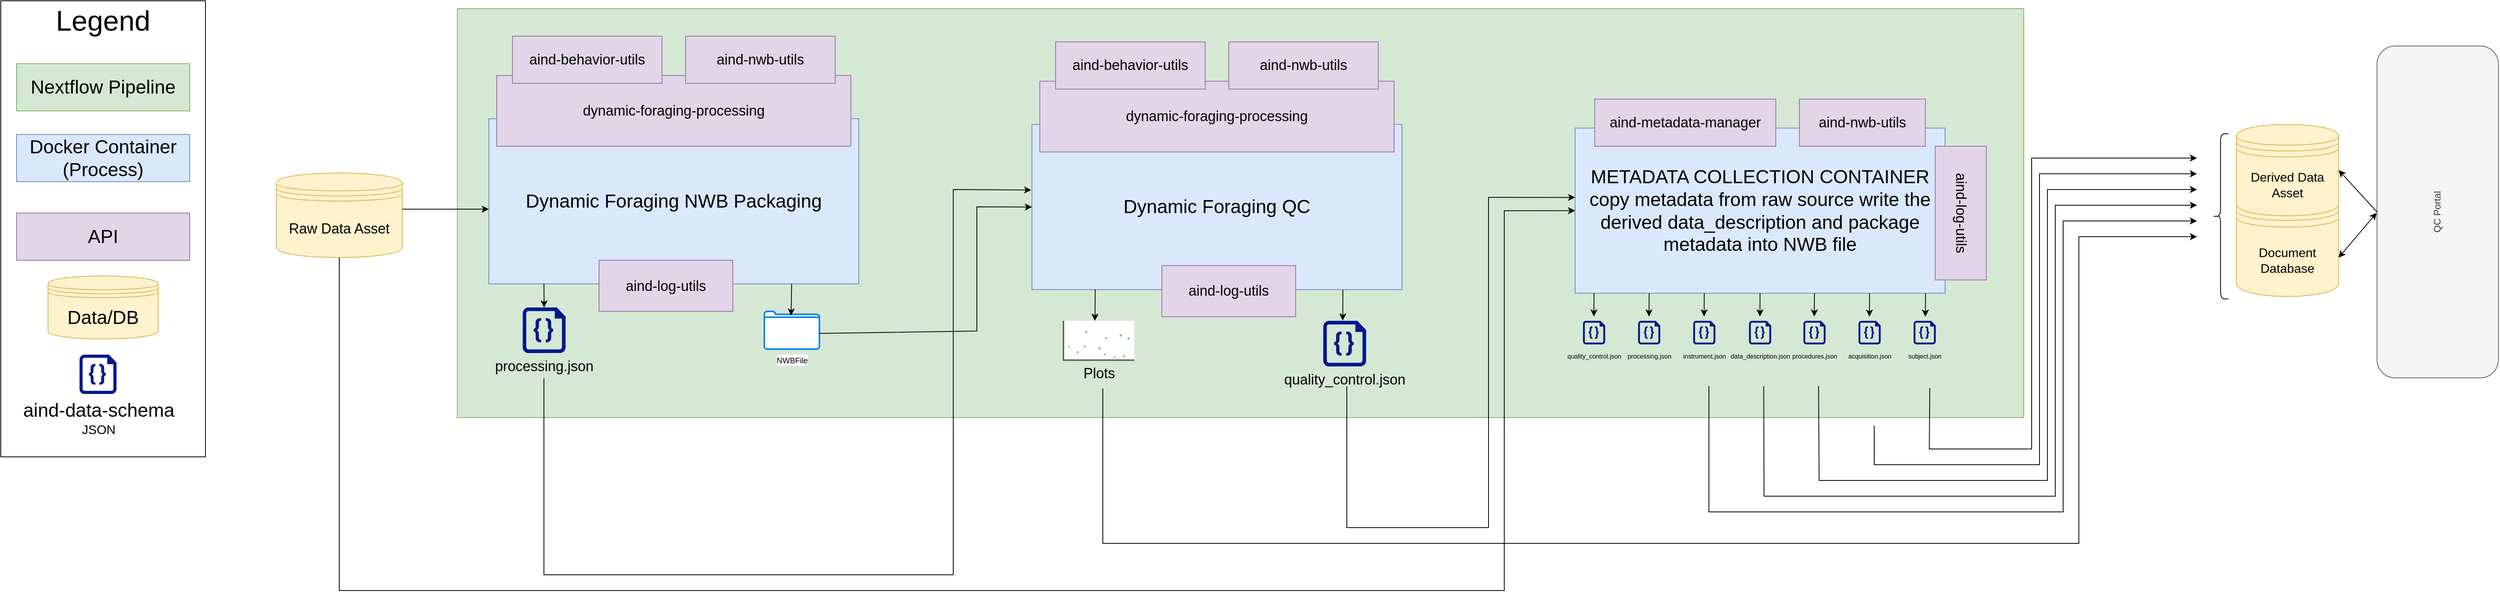
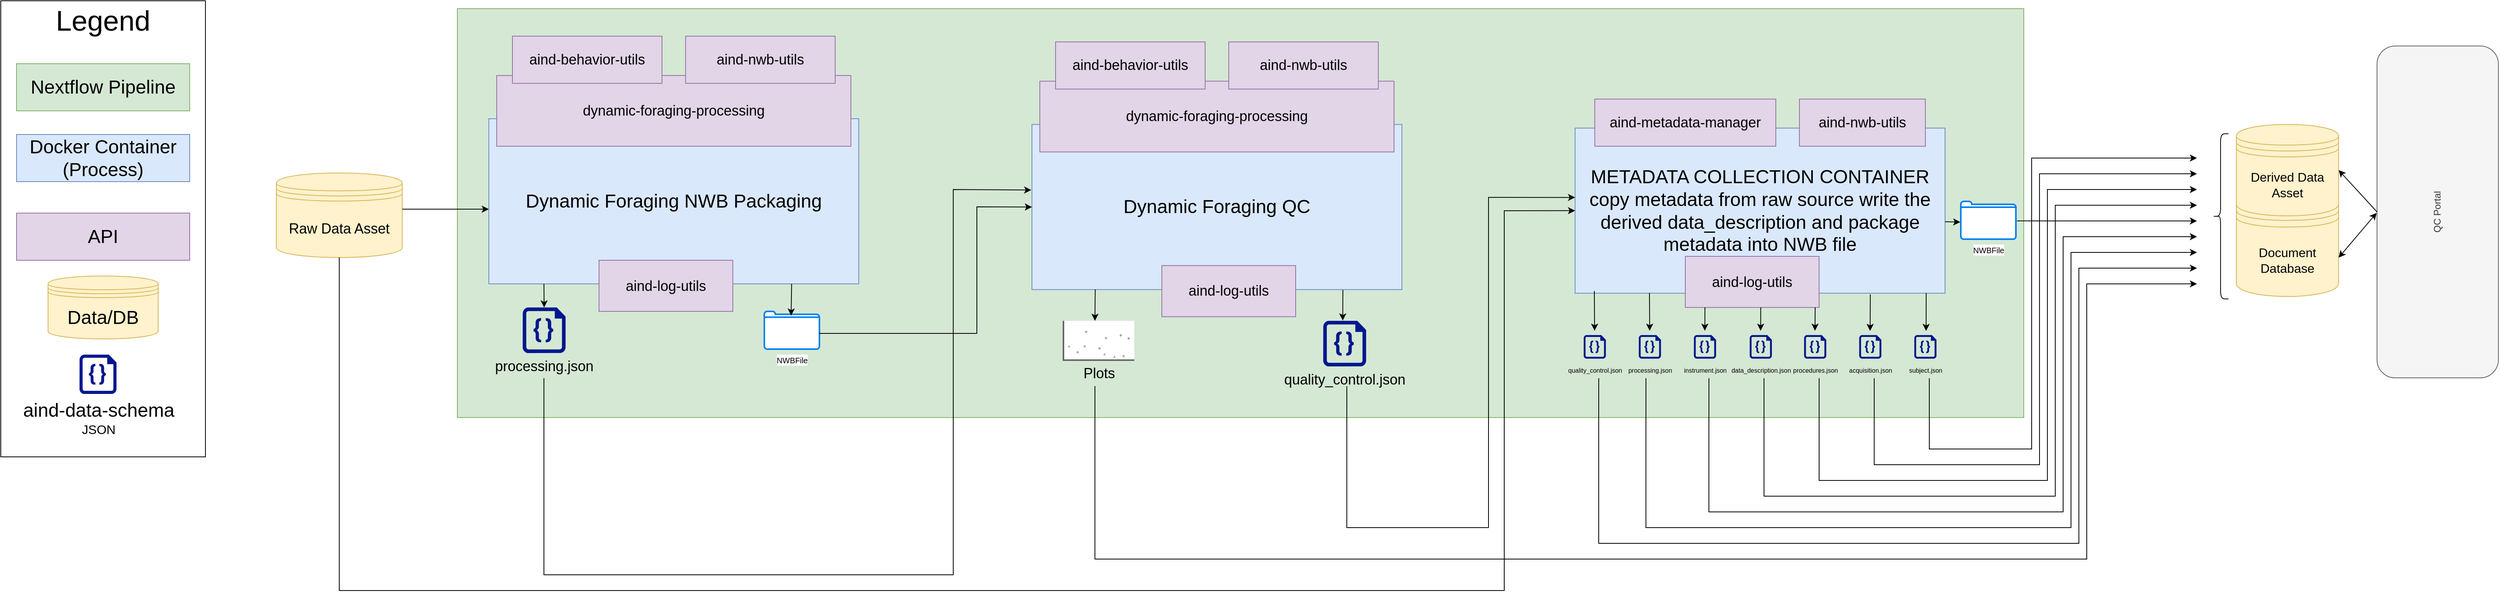
<mxfile host="Electron" agent="Mozilla/5.0 (Windows NT 10.0; Win64; x64) AppleWebKit/537.36 (KHTML, like Gecko) draw.io/29.2.9 Chrome/140.0.7339.249 Electron/38.7.2 Safari/537.36" version="29.2.9">
  <diagram name="Page-1" id="vGwxghS2Jf0l3ObwOOUD">
-     <mxGraphModel dx="579" dy="1084" grid="1" gridSize="10" guides="1" tooltips="1" connect="1" arrows="1" fold="1" page="1" pageScale="1" pageWidth="850" pageHeight="1100" math="0" shadow="0">
+     <mxGraphModel dx="3078" dy="1647" grid="1" gridSize="10" guides="1" tooltips="1" connect="1" arrows="1" fold="1" page="1" pageScale="1" pageWidth="850" pageHeight="1100" math="0" shadow="0">
      <root>
        <mxCell id="0" />
        <mxCell id="1" parent="0" />
        <mxCell id="ucD0ku87yjtAbwI87e6s-2" parent="1" style="rounded=0;whiteSpace=wrap;html=1;fillColor=#d5e8d4;strokeColor=#82b366;" value="" vertex="1">
          <mxGeometry height="520" width="1990" x="1430" y="360" as="geometry" />
        </mxCell>
        <mxCell id="ucD0ku87yjtAbwI87e6s-4" parent="1" style="shape=datastore;whiteSpace=wrap;html=1;fillColor=#fff2cc;strokeColor=#d6b656;" value="&lt;font style=&quot;font-size: 18px;&quot;&gt;Raw Data Asset&lt;/font&gt;" vertex="1">
          <mxGeometry height="107.5" width="160" x="1200" y="568.97" as="geometry" />
        </mxCell>
        <mxCell id="ucD0ku87yjtAbwI87e6s-8" parent="1" style="rounded=0;whiteSpace=wrap;html=1;fillColor=#dae8fc;strokeColor=#6c8ebf;" value="&lt;span style=&quot;font-size: 24px;&quot;&gt;METADATA COLLECTION CONTAINER&lt;/span&gt;&lt;br&gt;&lt;div&gt;&lt;font style=&quot;font-size: 24px;&quot;&gt;copy metadata from raw source write the derived data_description and package metadata into NWB file&lt;/font&gt;&lt;/div&gt;" vertex="1">
          <mxGeometry height="210" width="470" x="2850" y="511.88" as="geometry" />
        </mxCell>
        <mxCell id="ucD0ku87yjtAbwI87e6s-9" parent="1" style="rounded=0;whiteSpace=wrap;html=1;fillColor=#e1d5e7;strokeColor=#9673a6;" value="&lt;font style=&quot;font-size: 18px;&quot;&gt;aind-metadata-manager&lt;/font&gt;" vertex="1">
          <mxGeometry height="60" width="230" x="2875" y="475" as="geometry" />
        </mxCell>
-         <mxCell id="ucD0ku87yjtAbwI87e6s-10" parent="1" style="rounded=0;whiteSpace=wrap;html=1;rotation=90;fillColor=#e1d5e7;strokeColor=#9673a6;" value="&lt;font style=&quot;font-size: 18px;&quot;&gt;aind-log-utils&lt;/font&gt;" vertex="1">
-           <mxGeometry height="65" width="170" x="3255" y="587.5" as="geometry" />
+         <mxCell id="ucD0ku87yjtAbwI87e6s-10" parent="1" style="rounded=0;whiteSpace=wrap;html=1;rotation=0;fillColor=#e1d5e7;strokeColor=#9673a6;" value="&lt;font style=&quot;font-size: 18px;&quot;&gt;aind-log-utils&lt;/font&gt;" vertex="1">
+           <mxGeometry height="65" width="170" x="2990" y="675" as="geometry" />
        </mxCell>
        <mxCell id="ucD0ku87yjtAbwI87e6s-11" parent="1" style="rounded=0;whiteSpace=wrap;html=1;fillColor=#e1d5e7;strokeColor=#9673a6;" value="&lt;font style=&quot;font-size: 18px;&quot;&gt;aind-nwb-utils&lt;/font&gt;" vertex="1">
          <mxGeometry height="60" width="160" x="3135" y="475" as="geometry" />
        </mxCell>
        <mxCell id="ucD0ku87yjtAbwI87e6s-12" connectable="0" parent="1" style="group;fillColor=#fff2cc;strokeColor=#d6b656;" value="" vertex="1">
          <mxGeometry height="580" width="260" x="850" y="350" as="geometry" />
        </mxCell>
        <mxCell id="ucD0ku87yjtAbwI87e6s-13" parent="ucD0ku87yjtAbwI87e6s-12" style="rounded=0;whiteSpace=wrap;html=1;" value="" vertex="1">
          <mxGeometry height="580" width="260" as="geometry" />
        </mxCell>
        <mxCell id="ucD0ku87yjtAbwI87e6s-14" parent="ucD0ku87yjtAbwI87e6s-12" style="text;html=1;whiteSpace=wrap;strokeColor=none;fillColor=none;align=center;verticalAlign=middle;rounded=0;" value="&lt;font style=&quot;font-size: 36px;&quot;&gt;Legend&lt;/font&gt;" vertex="1">
          <mxGeometry height="30" width="60" x="100" y="10" as="geometry" />
        </mxCell>
        <mxCell id="ucD0ku87yjtAbwI87e6s-15" parent="ucD0ku87yjtAbwI87e6s-12" style="rounded=0;whiteSpace=wrap;html=1;fillColor=#d5e8d4;strokeColor=#82b366;" value="&lt;font style=&quot;font-size: 24px;&quot;&gt;Nextflow Pipeline&lt;/font&gt;" vertex="1">
          <mxGeometry height="60" width="220" x="20" y="80" as="geometry" />
        </mxCell>
        <mxCell id="ucD0ku87yjtAbwI87e6s-16" parent="ucD0ku87yjtAbwI87e6s-12" style="rounded=0;whiteSpace=wrap;html=1;fillColor=#dae8fc;strokeColor=#6c8ebf;" value="&lt;font style=&quot;font-size: 24px;&quot;&gt;Docker Container (Process)&lt;/font&gt;" vertex="1">
          <mxGeometry height="60" width="220" x="20" y="170" as="geometry" />
        </mxCell>
        <mxCell id="ucD0ku87yjtAbwI87e6s-17" parent="ucD0ku87yjtAbwI87e6s-12" style="rounded=0;whiteSpace=wrap;html=1;fillColor=#e1d5e7;strokeColor=#9673a6;" value="&lt;font style=&quot;font-size: 24px;&quot;&gt;API&lt;/font&gt;" vertex="1">
          <mxGeometry height="60" width="220" x="20" y="270" as="geometry" />
        </mxCell>
        <mxCell id="ucD0ku87yjtAbwI87e6s-18" parent="ucD0ku87yjtAbwI87e6s-12" style="shape=datastore;whiteSpace=wrap;html=1;fillColor=#fff2cc;strokeColor=#d6b656;" value="&lt;font style=&quot;font-size: 24px;&quot;&gt;Data/DB&lt;/font&gt;" vertex="1">
          <mxGeometry height="80" width="140" x="60" y="350" as="geometry" />
        </mxCell>
        <mxCell id="ucD0ku87yjtAbwI87e6s-19" parent="ucD0ku87yjtAbwI87e6s-12" style="sketch=0;aspect=fixed;pointerEvents=1;shadow=0;dashed=0;html=1;strokeColor=none;labelPosition=center;verticalLabelPosition=bottom;verticalAlign=top;align=center;fillColor=#00188D;shape=mxgraph.azure.code_file" value="&lt;font style=&quot;font-size: 24px;&quot;&gt;aind-data-schema&lt;/font&gt;&lt;div&gt;&lt;font size=&quot;3&quot;&gt;JSON&lt;/font&gt;&lt;/div&gt;" vertex="1">
          <mxGeometry height="50" width="47" x="100" y="450" as="geometry" />
        </mxCell>
        <mxCell id="ucD0ku87yjtAbwI87e6s-22" parent="1" style="rounded=0;whiteSpace=wrap;html=1;fillColor=#dae8fc;strokeColor=#6c8ebf;" value="&lt;span style=&quot;font-size: 24px;&quot;&gt;Dynamic Foraging NWB Packaging&lt;/span&gt;" vertex="1">
          <mxGeometry height="210" width="470" x="1470" y="500" as="geometry" />
        </mxCell>
        <mxCell id="ucD0ku87yjtAbwI87e6s-23" parent="1" style="rounded=0;whiteSpace=wrap;html=1;fillColor=#e1d5e7;strokeColor=#9673a6;" value="&lt;font style=&quot;font-size: 18px;&quot;&gt;dynamic-foraging-processing&lt;/font&gt;" vertex="1">
          <mxGeometry height="90" width="450" x="1480" y="445" as="geometry" />
        </mxCell>
        <mxCell id="ucD0ku87yjtAbwI87e6s-24" parent="1" style="rounded=0;whiteSpace=wrap;html=1;fillColor=#e1d5e7;strokeColor=#9673a6;" value="&lt;font style=&quot;font-size: 18px;&quot;&gt;aind-nwb-utils&lt;/font&gt;" vertex="1">
          <mxGeometry height="60" width="190" x="1720" y="395" as="geometry" />
        </mxCell>
        <mxCell id="ucD0ku87yjtAbwI87e6s-25" parent="1" style="rounded=0;whiteSpace=wrap;html=1;fillColor=#e1d5e7;strokeColor=#9673a6;" value="&lt;font style=&quot;font-size: 18px;&quot;&gt;aind-behavior-utils&lt;/font&gt;" vertex="1">
          <mxGeometry height="60" width="190" x="1500" y="395" as="geometry" />
        </mxCell>
        <mxCell id="ucD0ku87yjtAbwI87e6s-26" parent="1" style="rounded=0;whiteSpace=wrap;html=1;rotation=0;fillColor=#e1d5e7;strokeColor=#9673a6;" value="&lt;font style=&quot;font-size: 18px;&quot;&gt;aind-log-utils&lt;/font&gt;" vertex="1">
          <mxGeometry height="65" width="170" x="1610" y="680" as="geometry" />
        </mxCell>
        <mxCell id="ucD0ku87yjtAbwI87e6s-33" parent="1" style="shape=datastore;whiteSpace=wrap;html=1;fillColor=#fff2cc;strokeColor=#d6b656;" value="&lt;font size=&quot;3&quot;&gt;Document Database&lt;/font&gt;" vertex="1">
          <mxGeometry height="135" width="130" x="3690" y="591.01" as="geometry" />
        </mxCell>
        <mxCell id="ucD0ku87yjtAbwI87e6s-34" parent="1" style="shape=datastore;whiteSpace=wrap;html=1;fillColor=#fff2cc;strokeColor=#d6b656;" value="&lt;font size=&quot;3&quot;&gt;Derived Data Asset&lt;/font&gt;" vertex="1">
          <mxGeometry height="116.25" width="130" x="3690" y="507.26" as="geometry" />
        </mxCell>
        <mxCell id="ucD0ku87yjtAbwI87e6s-37" parent="1" style="rounded=1;whiteSpace=wrap;html=1;rotation=-90;fillColor=#f5f5f5;strokeColor=#666666;fontColor=#333333;" value="QC Portal" vertex="1">
          <mxGeometry height="154.25" width="422.06" x="3734.85" y="541.35" as="geometry" />
        </mxCell>
        <mxCell id="ucD0ku87yjtAbwI87e6s-38" edge="1" parent="1" source="ucD0ku87yjtAbwI87e6s-37" style="endArrow=classic;html=1;rounded=0;exitX=0.5;exitY=0;exitDx=0;exitDy=0;entryX=1;entryY=0.5;entryDx=0;entryDy=0;" target="ucD0ku87yjtAbwI87e6s-34" value="">
          <mxGeometry height="50" relative="1" width="50" as="geometry">
            <mxPoint x="3860" y="586.63" as="sourcePoint" />
            <mxPoint x="3830" y="826.63" as="targetPoint" />
          </mxGeometry>
        </mxCell>
        <mxCell id="ucD0ku87yjtAbwI87e6s-39" edge="1" parent="1" style="endArrow=classic;startArrow=classic;html=1;rounded=0;entryX=0.497;entryY=-0.003;entryDx=0;entryDy=0;entryPerimeter=0;" target="ucD0ku87yjtAbwI87e6s-37" value="">
          <mxGeometry height="50" relative="1" width="50" as="geometry">
            <mxPoint x="3820" y="676.63" as="sourcePoint" />
            <mxPoint x="3870" y="626.63" as="targetPoint" />
          </mxGeometry>
        </mxCell>
        <mxCell id="XBMijPbnRn5yzxOUSNuw-1" parent="1" style="sketch=0;aspect=fixed;pointerEvents=1;shadow=0;dashed=0;html=1;strokeColor=none;labelPosition=center;verticalLabelPosition=bottom;verticalAlign=top;align=center;fillColor=#00188D;shape=mxgraph.azure.code_file" value="&lt;span style=&quot;font-size: 18px;&quot;&gt;processing.json&lt;/span&gt;" vertex="1">
          <mxGeometry height="58" width="54.52" x="1513" y="740" as="geometry" />
        </mxCell>
        <mxCell id="XBMijPbnRn5yzxOUSNuw-2" parent="1" style="sketch=0;aspect=fixed;pointerEvents=1;shadow=0;dashed=0;html=1;strokeColor=none;labelPosition=center;verticalLabelPosition=bottom;verticalAlign=top;align=center;fillColor=#00188D;shape=mxgraph.azure.code_file" value="&lt;span style=&quot;font-size: 18px;&quot;&gt;quality_control.json&lt;/span&gt;" vertex="1">
          <mxGeometry height="58" width="54.52" x="2530" y="757" as="geometry" />
        </mxCell>
        <mxCell id="XBMijPbnRn5yzxOUSNuw-3" edge="1" parent="1" source="ucD0ku87yjtAbwI87e6s-22" style="endArrow=classic;html=1;rounded=0;exitX=0.149;exitY=1;exitDx=0;exitDy=0;exitPerimeter=0;entryX=0.5;entryY=0;entryDx=0;entryDy=0;entryPerimeter=0;" target="XBMijPbnRn5yzxOUSNuw-1" value="">
          <mxGeometry height="50" relative="1" width="50" as="geometry">
            <mxPoint x="1570" y="950" as="sourcePoint" />
            <mxPoint x="1620" y="900" as="targetPoint" />
          </mxGeometry>
        </mxCell>
        <mxCell id="XBMijPbnRn5yzxOUSNuw-4" edge="1" parent="1" style="endArrow=classic;html=1;rounded=0;exitX=0.149;exitY=1;exitDx=0;exitDy=0;exitPerimeter=0;entryX=0.455;entryY=-0.007;entryDx=0;entryDy=0;entryPerimeter=0;" target="XBMijPbnRn5yzxOUSNuw-2" value="">
          <mxGeometry height="50" relative="1" width="50" as="geometry">
            <mxPoint x="2555" y="717.26" as="sourcePoint" />
            <mxPoint x="2555" y="747.26" as="targetPoint" />
          </mxGeometry>
        </mxCell>
        <mxCell id="ac3s_IaSw4kxKbjggmrB-1" parent="1" style="rounded=0;whiteSpace=wrap;html=1;fillColor=#dae8fc;strokeColor=#6c8ebf;" value="&lt;div&gt;&lt;font style=&quot;font-size: 24px;&quot;&gt;Dynamic Foraging QC&lt;/font&gt;&lt;/div&gt;" vertex="1">
          <mxGeometry height="210" width="470" x="2160" y="507.26" as="geometry" />
        </mxCell>
        <mxCell id="ac3s_IaSw4kxKbjggmrB-3" parent="1" style="rounded=0;whiteSpace=wrap;html=1;rotation=0;fillColor=#e1d5e7;strokeColor=#9673a6;" value="&lt;font style=&quot;font-size: 18px;&quot;&gt;aind-log-utils&lt;/font&gt;" vertex="1">
          <mxGeometry height="65" width="170" x="2325" y="686.75" as="geometry" />
        </mxCell>
        <mxCell id="ac3s_IaSw4kxKbjggmrB-5" parent="1" style="rounded=0;whiteSpace=wrap;html=1;fillColor=#e1d5e7;strokeColor=#9673a6;" value="&lt;font style=&quot;font-size: 18px;&quot;&gt;dynamic-foraging-processing&lt;/font&gt;" vertex="1">
          <mxGeometry height="90" width="450" x="2170" y="452.25" as="geometry" />
        </mxCell>
        <mxCell id="ac3s_IaSw4kxKbjggmrB-6" parent="1" style="rounded=0;whiteSpace=wrap;html=1;fillColor=#e1d5e7;strokeColor=#9673a6;" value="&lt;font style=&quot;font-size: 18px;&quot;&gt;aind-nwb-utils&lt;/font&gt;" vertex="1">
          <mxGeometry height="60" width="190" x="2410" y="402.25" as="geometry" />
        </mxCell>
        <mxCell id="ac3s_IaSw4kxKbjggmrB-7" parent="1" style="rounded=0;whiteSpace=wrap;html=1;fillColor=#e1d5e7;strokeColor=#9673a6;" value="&lt;font style=&quot;font-size: 18px;&quot;&gt;aind-behavior-utils&lt;/font&gt;" vertex="1">
          <mxGeometry height="60" width="190" x="2190" y="402.25" as="geometry" />
        </mxCell>
        <mxCell id="ac3s_IaSw4kxKbjggmrB-8" parent="1" style="verticalLabelPosition=bottom;shadow=0;dashed=0;align=center;html=1;verticalAlign=top;strokeWidth=1;shape=mxgraph.mockup.graphics.plotChart;strokeColor=none;strokeColor2=#aaaaaa;strokeColor3=#666666;fillColor2=#99aaff,#0022ff,#008cff;" value="&lt;font style=&quot;font-size: 18px;&quot;&gt;Plots&lt;/font&gt;" vertex="1">
          <mxGeometry height="50" width="90" x="2200" y="757" as="geometry" />
        </mxCell>
        <mxCell id="ac3s_IaSw4kxKbjggmrB-10" edge="1" parent="1" source="ac3s_IaSw4kxKbjggmrB-1" style="endArrow=classic;html=1;rounded=0;exitX=0.171;exitY=0.999;exitDx=0;exitDy=0;exitPerimeter=0;" value="">
          <mxGeometry height="50" relative="1" width="50" as="geometry">
            <mxPoint x="2240" y="724.26" as="sourcePoint" />
            <mxPoint x="2240" y="757" as="targetPoint" />
          </mxGeometry>
        </mxCell>
        <mxCell id="ac3s_IaSw4kxKbjggmrB-11" parent="1" style="html=1;verticalLabelPosition=bottom;align=center;labelBackgroundColor=#ffffff;verticalAlign=top;strokeWidth=2;strokeColor=#0080F0;shadow=0;dashed=0;shape=mxgraph.ios7.icons.folder;" value="&lt;font size=&quot;1&quot;&gt;NWBFile&lt;/font&gt;" vertex="1">
          <mxGeometry height="48" width="70" x="1820" y="745" as="geometry" />
        </mxCell>
        <mxCell id="ac3s_IaSw4kxKbjggmrB-12" edge="1" parent="1" style="endArrow=classic;html=1;rounded=0;exitX=0.149;exitY=1;exitDx=0;exitDy=0;exitPerimeter=0;entryX=0.486;entryY=0.111;entryDx=0;entryDy=0;entryPerimeter=0;" target="ac3s_IaSw4kxKbjggmrB-11" value="">
          <mxGeometry height="50" relative="1" width="50" as="geometry">
            <mxPoint x="1854.69" y="710" as="sourcePoint" />
            <mxPoint x="1854.69" y="740" as="targetPoint" />
          </mxGeometry>
        </mxCell>
        <mxCell id="ac3s_IaSw4kxKbjggmrB-16" edge="1" parent="1" style="endArrow=classic;html=1;rounded=0;exitX=0.149;exitY=1;exitDx=0;exitDy=0;exitPerimeter=0;entryX=0.455;entryY=-0.007;entryDx=0;entryDy=0;entryPerimeter=0;" value="">
          <mxGeometry height="50" relative="1" width="50" as="geometry">
-             <mxPoint x="3014.08" y="721.88" as="sourcePoint" />
-             <mxPoint x="3013.8866" y="751.4739999999999" as="targetPoint" />
-           </mxGeometry>
-         </mxCell>
-         <mxCell id="ac3s_IaSw4kxKbjggmrB-24" edge="1" parent="1" style="endArrow=classic;html=1;rounded=0;exitX=0.149;exitY=1;exitDx=0;exitDy=0;exitPerimeter=0;entryX=0.455;entryY=-0.007;entryDx=0;entryDy=0;entryPerimeter=0;" value="">
-           <mxGeometry height="50" relative="1" width="50" as="geometry">
-             <mxPoint x="2874.08" y="721.88" as="sourcePoint" />
-             <mxPoint x="2873.8866" y="751.474" as="targetPoint" />
+             <mxPoint x="3014.98" y="740" as="sourcePoint" />
+             <mxPoint x="3014.7866" y="769.5939999999999" as="targetPoint" />
+           </mxGeometry>
+         </mxCell>
+         <mxCell id="ac3s_IaSw4kxKbjggmrB-24" edge="1" parent="1" source="ucD0ku87yjtAbwI87e6s-8" style="endArrow=classic;html=1;rounded=0;exitX=0.052;exitY=0.987;exitDx=0;exitDy=0;exitPerimeter=0;entryX=0.455;entryY=-0.007;entryDx=0;entryDy=0;entryPerimeter=0;" value="">
+           <mxGeometry height="50" relative="1" width="50" as="geometry">
+             <mxPoint x="2874.98" y="740" as="sourcePoint" />
+             <mxPoint x="2874.7866" y="769.594" as="targetPoint" />
          </mxGeometry>
        </mxCell>
        <mxCell id="ac3s_IaSw4kxKbjggmrB-25" parent="1" style="sketch=0;aspect=fixed;pointerEvents=1;shadow=0;dashed=0;html=1;strokeColor=none;labelPosition=center;verticalLabelPosition=bottom;verticalAlign=top;align=center;fillColor=#00188D;shape=mxgraph.azure.code_file" value="&lt;font style=&quot;font-size: 8px;&quot;&gt;subject.json&lt;/font&gt;" vertex="1">
-           <mxGeometry height="30" width="28.2" x="3280" y="757" as="geometry" />
+           <mxGeometry height="30" width="28.2" x="3280.9" y="775.12" as="geometry" />
        </mxCell>
        <mxCell id="ac3s_IaSw4kxKbjggmrB-28" edge="1" parent="1" style="endArrow=classic;html=1;rounded=0;exitX=0.149;exitY=1;exitDx=0;exitDy=0;exitPerimeter=0;entryX=0.455;entryY=-0.007;entryDx=0;entryDy=0;entryPerimeter=0;" value="">
          <mxGeometry height="50" relative="1" width="50" as="geometry">
-             <mxPoint x="3084.98" y="721.88" as="sourcePoint" />
-             <mxPoint x="3084.7866" y="751.4739999999999" as="targetPoint" />
+             <mxPoint x="3085.88" y="740" as="sourcePoint" />
+             <mxPoint x="3085.6866" y="769.5939999999999" as="targetPoint" />
          </mxGeometry>
        </mxCell>
        <mxCell id="ac3s_IaSw4kxKbjggmrB-29" edge="1" parent="1" style="endArrow=classic;html=1;rounded=0;entryX=-0.002;entryY=0.397;entryDx=0;entryDy=0;entryPerimeter=0;" target="ac3s_IaSw4kxKbjggmrB-1" value="">
          <mxGeometry height="50" relative="1" width="50" as="geometry">
            <Array as="points">
              <mxPoint x="1540" y="1080" />
              <mxPoint x="2060" y="1080" />
              <mxPoint x="2060" y="590" />
            </Array>
            <mxPoint x="1540" y="830" as="sourcePoint" />
            <mxPoint x="3640" y="690" as="targetPoint" />
          </mxGeometry>
        </mxCell>
        <mxCell id="ac3s_IaSw4kxKbjggmrB-31" edge="1" parent="1" style="endArrow=classic;html=1;rounded=0;" value="">
          <mxGeometry height="50" relative="1" width="50" as="geometry">
            <Array as="points">
-               <mxPoint x="2250" y="1040" />
+               <mxPoint x="2880" y="1040" />
              <mxPoint x="3490" y="1040" />
-               <mxPoint x="3490" y="650" />
-             </Array>
-             <mxPoint x="2250" y="842.94" as="sourcePoint" />
-             <mxPoint x="3640" y="650" as="targetPoint" />
+               <mxPoint x="3490" y="690" />
+             </Array>
+             <mxPoint x="2880" y="830" as="sourcePoint" />
+             <mxPoint x="3640" y="690" as="targetPoint" />
          </mxGeometry>
        </mxCell>
        <mxCell id="ac3s_IaSw4kxKbjggmrB-33" edge="1" parent="1" source="ac3s_IaSw4kxKbjggmrB-11" style="endArrow=classic;html=1;rounded=0;entryX=0;entryY=0.5;entryDx=0;entryDy=0;exitX=0.992;exitY=0.583;exitDx=0;exitDy=0;exitPerimeter=0;" target="ac3s_IaSw4kxKbjggmrB-1" value="">
          <mxGeometry height="50" relative="1" width="50" as="geometry">
            <Array as="points">
-               <mxPoint x="2090" y="770" />
+               <mxPoint x="2090" y="773" />
              <mxPoint x="2090" y="612" />
            </Array>
            <mxPoint x="1900" y="770" as="sourcePoint" />
            <mxPoint x="1950" y="720" as="targetPoint" />
          </mxGeometry>
        </mxCell>
        <mxCell id="ac3s_IaSw4kxKbjggmrB-34" edge="1" parent="1" style="endArrow=classic;html=1;rounded=0;" value="">
          <mxGeometry height="50" relative="1" width="50" as="geometry">
            <mxPoint x="1360" y="615" as="sourcePoint" />
            <mxPoint x="1470" y="615" as="targetPoint" />
          </mxGeometry>
        </mxCell>
        <mxCell id="ac3s_IaSw4kxKbjggmrB-35" edge="1" parent="1" source="ucD0ku87yjtAbwI87e6s-4" style="endArrow=classic;html=1;rounded=0;entryX=0;entryY=0.5;entryDx=0;entryDy=0;exitX=0.5;exitY=1;exitDx=0;exitDy=0;" target="ucD0ku87yjtAbwI87e6s-8" value="">
          <mxGeometry height="50" relative="1" width="50" as="geometry">
            <Array as="points">
              <mxPoint x="1280" y="1100" />
              <mxPoint x="2760" y="1100" />
              <mxPoint x="2760" y="617" />
            </Array>
            <mxPoint x="1296" y="596.85" as="sourcePoint" />
            <mxPoint x="1470" y="601.85" as="targetPoint" />
          </mxGeometry>
        </mxCell>
        <mxCell id="ac3s_IaSw4kxKbjggmrB-38" parent="1" style="shape=curlyBracket;whiteSpace=wrap;html=1;rounded=1;labelPosition=left;verticalLabelPosition=middle;align=right;verticalAlign=middle;" value="" vertex="1">
          <mxGeometry height="210" width="20" x="3660" y="519.13" as="geometry" />
        </mxCell>
        <mxCell id="ac3s_IaSw4kxKbjggmrB-39" edge="1" parent="1" style="endArrow=classic;html=1;rounded=0;entryX=0;entryY=0.42;entryDx=0;entryDy=0;entryPerimeter=0;" target="ucD0ku87yjtAbwI87e6s-8" value="">
          <mxGeometry height="50" relative="1" width="50" as="geometry">
            <Array as="points">
              <mxPoint x="2560" y="1020" />
              <mxPoint x="2740" y="1020" />
              <mxPoint x="2740" y="600" />
            </Array>
            <mxPoint x="2560" y="840.12" as="sourcePoint" />
            <mxPoint x="3640" y="640" as="targetPoint" />
          </mxGeometry>
        </mxCell>
-         <mxCell id="ac3s_IaSw4kxKbjggmrB-41" edge="1" parent="1" source="ucD0ku87yjtAbwI87e6s-2" style="endArrow=classic;html=1;rounded=0;exitX=0.799;exitY=0.923;exitDx=0;exitDy=0;exitPerimeter=0;" value="">
+         <mxCell id="ac3s_IaSw4kxKbjggmrB-41" edge="1" parent="1" style="endArrow=classic;html=1;rounded=0;" value="">
          <mxGeometry height="50" relative="1" width="50" as="geometry">
            <Array as="points">
              <mxPoint x="3020" y="1000" />
              <mxPoint x="3470" y="1000" />
-               <mxPoint x="3470" y="630" />
-             </Array>
-             <mxPoint x="2860" y="833.9507692307693" as="sourcePoint" />
-             <mxPoint x="3640" y="630" as="targetPoint" />
-           </mxGeometry>
-         </mxCell>
-         <mxCell id="ac3s_IaSw4kxKbjggmrB-42" edge="1" parent="1" source="ucD0ku87yjtAbwI87e6s-2" style="endArrow=classic;html=1;rounded=0;exitX=0.834;exitY=0.923;exitDx=0;exitDy=0;exitPerimeter=0;" value="">
+               <mxPoint x="3470" y="650" />
+             </Array>
+             <mxPoint x="3020" y="830" as="sourcePoint" />
+             <mxPoint x="3640" y="650" as="targetPoint" />
+           </mxGeometry>
+         </mxCell>
+         <mxCell id="ac3s_IaSw4kxKbjggmrB-42" edge="1" parent="1" style="endArrow=classic;html=1;rounded=0;" value="">
          <mxGeometry height="50" relative="1" width="50" as="geometry">
            <Array as="points">
              <mxPoint x="3090" y="980" />
              <mxPoint x="3460" y="980" />
              <mxPoint x="3460" y="610" />
            </Array>
-             <mxPoint x="2975" y="837.0507692307693" as="sourcePoint" />
+             <mxPoint x="3090" y="830" as="sourcePoint" />
            <mxPoint x="3640" y="610" as="targetPoint" />
          </mxGeometry>
        </mxCell>
-         <mxCell id="ac3s_IaSw4kxKbjggmrB-43" edge="1" parent="1" source="ucD0ku87yjtAbwI87e6s-2" style="endArrow=classic;html=1;rounded=0;exitX=0.869;exitY=0.923;exitDx=0;exitDy=0;exitPerimeter=0;" value="">
+         <mxCell id="ac3s_IaSw4kxKbjggmrB-43" edge="1" parent="1" style="endArrow=classic;html=1;rounded=0;" value="">
          <mxGeometry height="50" relative="1" width="50" as="geometry">
            <Array as="points">
              <mxPoint x="3160" y="960" />
              <mxPoint x="3450" y="960" />
              <mxPoint x="3450" y="590" />
            </Array>
-             <mxPoint x="3090" y="840" as="sourcePoint" />
+             <mxPoint x="3160" y="830" as="sourcePoint" />
            <mxPoint x="3640" y="590" as="targetPoint" />
          </mxGeometry>
        </mxCell>
        <mxCell id="ac3s_IaSw4kxKbjggmrB-45" edge="1" parent="1" style="endArrow=classic;html=1;rounded=0;" value="">
          <mxGeometry height="50" relative="1" width="50" as="geometry">
            <Array as="points">
              <mxPoint x="3230" y="940" />
              <mxPoint x="3440" y="940" />
              <mxPoint x="3440" y="570" />
            </Array>
-             <mxPoint x="3230" y="890" as="sourcePoint" />
+             <mxPoint x="3230" y="830" as="sourcePoint" />
            <mxPoint x="3640" y="570" as="targetPoint" />
          </mxGeometry>
        </mxCell>
-         <mxCell id="ac3s_IaSw4kxKbjggmrB-46" edge="1" parent="1" source="ucD0ku87yjtAbwI87e6s-2" style="endArrow=classic;html=1;rounded=0;exitX=0.94;exitY=0.928;exitDx=0;exitDy=0;exitPerimeter=0;" value="">
+         <mxCell id="ac3s_IaSw4kxKbjggmrB-46" edge="1" parent="1" style="endArrow=classic;html=1;rounded=0;" value="">
          <mxGeometry height="50" relative="1" width="50" as="geometry">
            <Array as="points">
              <mxPoint x="3300" y="920" />
              <mxPoint x="3430" y="920" />
              <mxPoint x="3430" y="550" />
            </Array>
-             <mxPoint x="3320" y="842.4307692307694" as="sourcePoint" />
+             <mxPoint x="3300" y="830" as="sourcePoint" />
            <mxPoint x="3640" y="550" as="targetPoint" />
          </mxGeometry>
        </mxCell>
        <mxCell id="pRqk31yts45xJPshIIHP-4" parent="1" style="sketch=0;aspect=fixed;pointerEvents=1;shadow=0;dashed=0;html=1;strokeColor=none;labelPosition=center;verticalLabelPosition=bottom;verticalAlign=top;align=center;fillColor=#00188D;shape=mxgraph.azure.code_file" value="&lt;font style=&quot;font-size: 8px;&quot;&gt;acquisition.json&lt;/font&gt;" vertex="1">
-           <mxGeometry height="30" width="28.2" x="3210" y="757" as="geometry" />
+           <mxGeometry height="30" width="28.2" x="3210.9" y="775.12" as="geometry" />
        </mxCell>
        <mxCell id="pRqk31yts45xJPshIIHP-5" parent="1" style="sketch=0;aspect=fixed;pointerEvents=1;shadow=0;dashed=0;html=1;strokeColor=none;labelPosition=center;verticalLabelPosition=bottom;verticalAlign=top;align=center;fillColor=#00188D;shape=mxgraph.azure.code_file" value="&lt;font style=&quot;font-size: 8px;&quot;&gt;procedures.json&lt;/font&gt;" vertex="1">
-           <mxGeometry height="30" width="28.2" x="3140" y="757" as="geometry" />
+           <mxGeometry height="30" width="28.2" x="3140.9" y="775.12" as="geometry" />
        </mxCell>
        <mxCell id="pRqk31yts45xJPshIIHP-6" parent="1" style="sketch=0;aspect=fixed;pointerEvents=1;shadow=0;dashed=0;html=1;strokeColor=none;labelPosition=center;verticalLabelPosition=bottom;verticalAlign=top;align=center;fillColor=#00188D;shape=mxgraph.azure.code_file" value="&lt;font style=&quot;font-size: 8px;&quot;&gt;data_description.json&lt;/font&gt;&lt;span style=&quot;color: rgba(0, 0, 0, 0); font-family: monospace; font-size: 0px; text-align: start;&quot;&gt;%3CmxGraphModel%3E%3Croot%3E%3CmxCell%20id%3D%220%22%2F%3E%3CmxCell%20id%3D%221%22%20parent%3D%220%22%2F%3E%3CmxCell%20id%3D%222%22%20parent%3D%221%22%20style%3D%22sketch%3D0%3Baspect%3Dfixed%3BpointerEvents%3D1%3Bshadow%3D0%3Bdashed%3D0%3Bhtml%3D1%3BstrokeColor%3Dnone%3BlabelPosition%3Dcenter%3BverticalLabelPosition%3Dbottom%3BverticalAlign%3Dtop%3Balign%3Dcenter%3BfillColor%3D%2300188D%3Bshape%3Dmxgraph.azure.code_file%22%20value%3D%22%26lt%3Bfont%20style%3D%26quot%3Bfont-size%3A%208px%3B%26quot%3B%26gt%3Bsubject.json%26lt%3B%2Ffont%26gt%3B%22%20vertex%3D%221%22%3E%3CmxGeometry%20height%3D%2230%22%20width%3D%2228.2%22%20x%3D%223300%22%20y%3D%22754%22%20as%3D%22geometry%22%2F%3E%3C%2FmxCell%3E%3C%2Froot%3E%3C%2FmxGraphModel%3E&lt;/span&gt;" vertex="1">
-           <mxGeometry height="30" width="28.2" x="3070.9" y="757" as="geometry" />
+           <mxGeometry height="30" width="28.2" x="3071.8" y="775.12" as="geometry" />
        </mxCell>
        <mxCell id="pRqk31yts45xJPshIIHP-7" parent="1" style="sketch=0;aspect=fixed;pointerEvents=1;shadow=0;dashed=0;html=1;strokeColor=none;labelPosition=center;verticalLabelPosition=bottom;verticalAlign=top;align=center;fillColor=#00188D;shape=mxgraph.azure.code_file" value="&lt;font style=&quot;font-size: 8px;&quot;&gt;instrument.json&lt;/font&gt;" vertex="1">
-           <mxGeometry height="30" width="28.2" x="3000" y="757" as="geometry" />
+           <mxGeometry height="30" width="28.2" x="3000.9" y="775.12" as="geometry" />
        </mxCell>
        <mxCell id="pRqk31yts45xJPshIIHP-8" parent="1" style="sketch=0;aspect=fixed;pointerEvents=1;shadow=0;dashed=0;html=1;strokeColor=none;labelPosition=center;verticalLabelPosition=bottom;verticalAlign=top;align=center;fillColor=#00188D;shape=mxgraph.azure.code_file" value="&lt;font style=&quot;font-size: 8px;&quot;&gt;processing.json&lt;/font&gt;" vertex="1">
-           <mxGeometry height="30" width="28.2" x="2930" y="757" as="geometry" />
+           <mxGeometry height="30" width="28.2" x="2930.9" y="775.12" as="geometry" />
        </mxCell>
        <mxCell id="pRqk31yts45xJPshIIHP-9" parent="1" style="sketch=0;aspect=fixed;pointerEvents=1;shadow=0;dashed=0;html=1;strokeColor=none;labelPosition=center;verticalLabelPosition=bottom;verticalAlign=top;align=center;fillColor=#00188D;shape=mxgraph.azure.code_file" value="&lt;font style=&quot;font-size: 8px;&quot;&gt;quality_control.json&lt;/font&gt;" vertex="1">
-           <mxGeometry height="30" width="28.2" x="2860" y="757" as="geometry" />
-         </mxCell>
-         <mxCell id="pRqk31yts45xJPshIIHP-12" edge="1" parent="1" style="endArrow=classic;html=1;rounded=0;exitX=0.149;exitY=1;exitDx=0;exitDy=0;exitPerimeter=0;entryX=0.455;entryY=-0.007;entryDx=0;entryDy=0;entryPerimeter=0;" value="">
-           <mxGeometry height="50" relative="1" width="50" as="geometry">
-             <mxPoint x="3295.1934" y="722.16" as="sourcePoint" />
-             <mxPoint x="3295" y="751.7539999999999" as="targetPoint" />
-           </mxGeometry>
-         </mxCell>
-         <mxCell id="pRqk31yts45xJPshIIHP-13" edge="1" parent="1" style="endArrow=classic;html=1;rounded=0;exitX=0.149;exitY=1;exitDx=0;exitDy=0;exitPerimeter=0;entryX=0.455;entryY=-0.007;entryDx=0;entryDy=0;entryPerimeter=0;" value="">
-           <mxGeometry height="50" relative="1" width="50" as="geometry">
-             <mxPoint x="3224.0734" y="722.16" as="sourcePoint" />
-             <mxPoint x="3223.88" y="751.7539999999999" as="targetPoint" />
-           </mxGeometry>
-         </mxCell>
-         <mxCell id="pRqk31yts45xJPshIIHP-14" edge="1" parent="1" style="endArrow=classic;html=1;rounded=0;exitX=0.149;exitY=1;exitDx=0;exitDy=0;exitPerimeter=0;entryX=0.455;entryY=-0.007;entryDx=0;entryDy=0;entryPerimeter=0;" value="">
-           <mxGeometry height="50" relative="1" width="50" as="geometry">
-             <mxPoint x="2944.0734" y="721.88" as="sourcePoint" />
-             <mxPoint x="2943.88" y="751.4739999999999" as="targetPoint" />
+           <mxGeometry height="30" width="28.2" x="2860.9" y="775.12" as="geometry" />
+         </mxCell>
+         <mxCell id="pRqk31yts45xJPshIIHP-12" edge="1" parent="1" source="ucD0ku87yjtAbwI87e6s-8" style="endArrow=classic;html=1;rounded=0;exitX=0.949;exitY=0.999;exitDx=0;exitDy=0;exitPerimeter=0;entryX=0.455;entryY=-0.007;entryDx=0;entryDy=0;entryPerimeter=0;" value="">
+           <mxGeometry height="50" relative="1" width="50" as="geometry">
+             <mxPoint x="3296.0934" y="740.28" as="sourcePoint" />
+             <mxPoint x="3295.9" y="769.8739999999999" as="targetPoint" />
+           </mxGeometry>
+         </mxCell>
+         <mxCell id="pRqk31yts45xJPshIIHP-13" edge="1" parent="1" source="ucD0ku87yjtAbwI87e6s-8" style="endArrow=classic;html=1;rounded=0;entryX=0.455;entryY=-0.007;entryDx=0;entryDy=0;entryPerimeter=0;exitX=0.798;exitY=1.007;exitDx=0;exitDy=0;exitPerimeter=0;" value="">
+           <mxGeometry height="50" relative="1" width="50" as="geometry">
+             <mxPoint x="3225" y="720" as="sourcePoint" />
+             <mxPoint x="3224.78" y="769.8739999999999" as="targetPoint" />
+           </mxGeometry>
+         </mxCell>
+         <mxCell id="pRqk31yts45xJPshIIHP-14" edge="1" parent="1" source="ucD0ku87yjtAbwI87e6s-8" style="endArrow=classic;html=1;rounded=0;exitX=0.201;exitY=0.999;exitDx=0;exitDy=0;exitPerimeter=0;entryX=0.455;entryY=-0.007;entryDx=0;entryDy=0;entryPerimeter=0;" value="">
+           <mxGeometry height="50" relative="1" width="50" as="geometry">
+             <mxPoint x="2944.9734000000003" y="740" as="sourcePoint" />
+             <mxPoint x="2944.78" y="769.5939999999999" as="targetPoint" />
          </mxGeometry>
        </mxCell>
        <mxCell id="pRqk31yts45xJPshIIHP-15" edge="1" parent="1" style="endArrow=classic;html=1;rounded=0;exitX=0.149;exitY=1;exitDx=0;exitDy=0;exitPerimeter=0;entryX=0.455;entryY=-0.007;entryDx=0;entryDy=0;entryPerimeter=0;" value="">
          <mxGeometry height="50" relative="1" width="50" as="geometry">
-             <mxPoint x="3154.0734" y="721.88" as="sourcePoint" />
-             <mxPoint x="3153.88" y="751.4739999999999" as="targetPoint" />
+             <mxPoint x="3154.9734000000003" y="740" as="sourcePoint" />
+             <mxPoint x="3154.78" y="769.5939999999999" as="targetPoint" />
+           </mxGeometry>
+         </mxCell>
+         <mxCell id="zzQjPDLyHcnRpr_KJFj8-2" edge="1" parent="1" style="endArrow=classic;html=1;rounded=0;" value="">
+           <mxGeometry height="50" relative="1" width="50" as="geometry">
+             <Array as="points">
+               <mxPoint x="2940" y="1020" />
+               <mxPoint x="3480" y="1020" />
+               <mxPoint x="3480" y="670" />
+             </Array>
+             <mxPoint x="2940" y="830" as="sourcePoint" />
+             <mxPoint x="3640" y="670" as="targetPoint" />
+           </mxGeometry>
+         </mxCell>
+         <mxCell id="zzQjPDLyHcnRpr_KJFj8-3" edge="1" parent="1" style="endArrow=classic;html=1;rounded=0;" value="">
+           <mxGeometry height="50" relative="1" width="50" as="geometry">
+             <Array as="points">
+               <mxPoint x="2240" y="1060" />
+               <mxPoint x="3500" y="1060" />
+               <mxPoint x="3500" y="710" />
+             </Array>
+             <mxPoint x="2240" y="840" as="sourcePoint" />
+             <mxPoint x="3640" y="710" as="targetPoint" />
+           </mxGeometry>
+         </mxCell>
+         <mxCell id="zzQjPDLyHcnRpr_KJFj8-4" parent="1" style="html=1;verticalLabelPosition=bottom;align=center;labelBackgroundColor=#ffffff;verticalAlign=top;strokeWidth=2;strokeColor=#0080F0;shadow=0;dashed=0;shape=mxgraph.ios7.icons.folder;" value="&lt;font size=&quot;1&quot;&gt;NWBFile&lt;/font&gt;" vertex="1">
+           <mxGeometry height="48" width="70" x="3340" y="605.13" as="geometry" />
+         </mxCell>
+         <mxCell id="zzQjPDLyHcnRpr_KJFj8-5" edge="1" parent="1" source="zzQjPDLyHcnRpr_KJFj8-4" style="endArrow=classic;html=1;rounded=0;exitX=1.019;exitY=0.516;exitDx=0;exitDy=0;exitPerimeter=0;" value="">
+           <mxGeometry height="50" relative="1" width="50" as="geometry">
+             <mxPoint x="3490.22" y="616.56" as="sourcePoint" />
+             <mxPoint x="3640" y="630" as="targetPoint" />
+           </mxGeometry>
+         </mxCell>
+         <mxCell id="zzQjPDLyHcnRpr_KJFj8-6" edge="1" parent="1" style="endArrow=classic;html=1;rounded=0;entryX=-0.009;entryY=0.547;entryDx=0;entryDy=0;entryPerimeter=0;" target="zzQjPDLyHcnRpr_KJFj8-4" value="">
+           <mxGeometry height="50" relative="1" width="50" as="geometry">
+             <mxPoint x="3320" y="631" as="sourcePoint" />
+             <mxPoint x="3350" y="723.3439999999999" as="targetPoint" />
          </mxGeometry>
        </mxCell>
      </root>
    </mxGraphModel>
  </diagram>
</mxfile>
